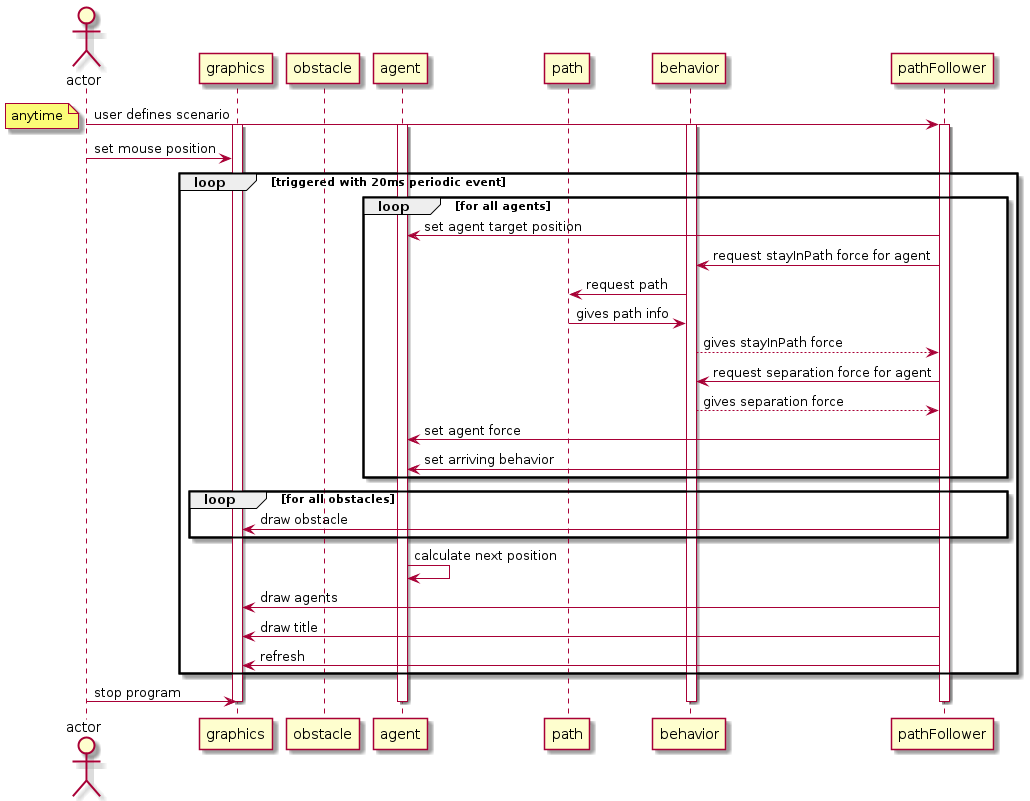
Before: docs/uml/sequence_diagram/pathFollower.png, a diagram exported from PlantUML (mehmetrizaoz/autonomousSteeringAgents).
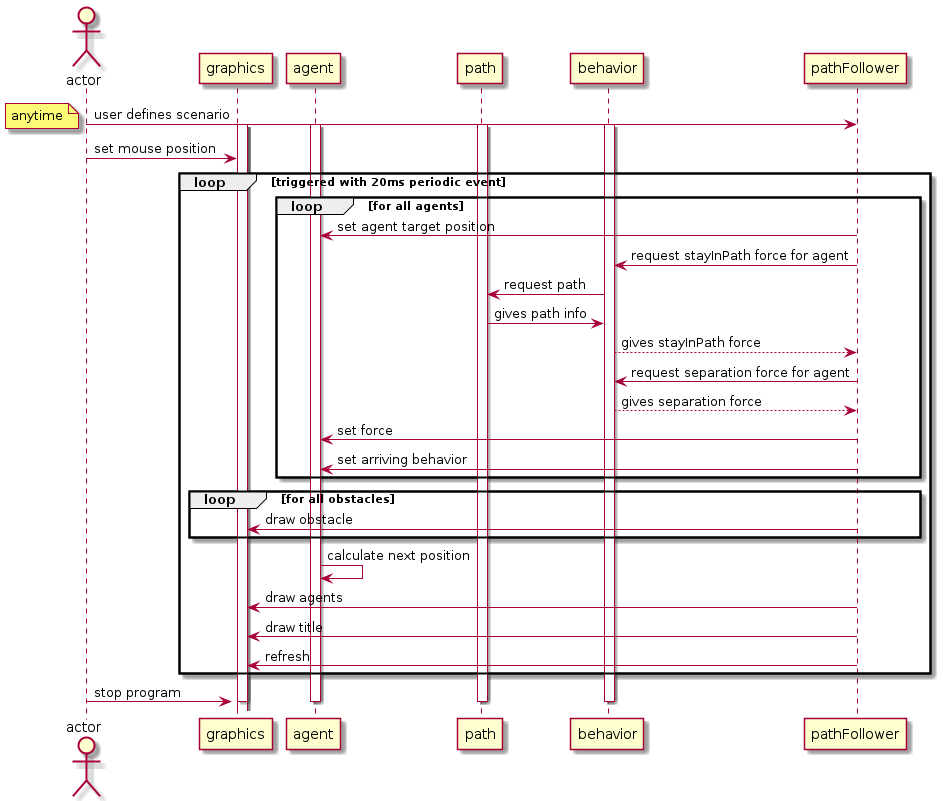
Above is the later version.

Change to the diagram source:
```diff
@@ -1,14 +1,14 @@
 @startuml
 actor actor as user
 participant graphics as view
-participant obstacle as obst
 participant agent as agent
 participant path as way
 participant behavior as steeringBehavior
 participant pathFollower as pF
 
 user -> pF: user defines scenario
-activate pF
+activate way
+activate view
 activate view
 activate agent
 activate steeringBehavior
@@ -23,7 +23,7 @@
         steeringBehavior --> pF: gives stayInPath force
         pF -> steeringBehavior: request separation force for agent
         steeringBehavior --> pF: gives separation force
-        pF -> agent: set agent force
+        pF -> agent: set force
         pF -> agent: set arriving behavior
     end
 
@@ -39,6 +39,7 @@
 user -> view: stop program
 deactivate pF
 deactivate view
+deactivate way
 deactivate agent
 deactivate steeringBehavior
 @enduml
```
